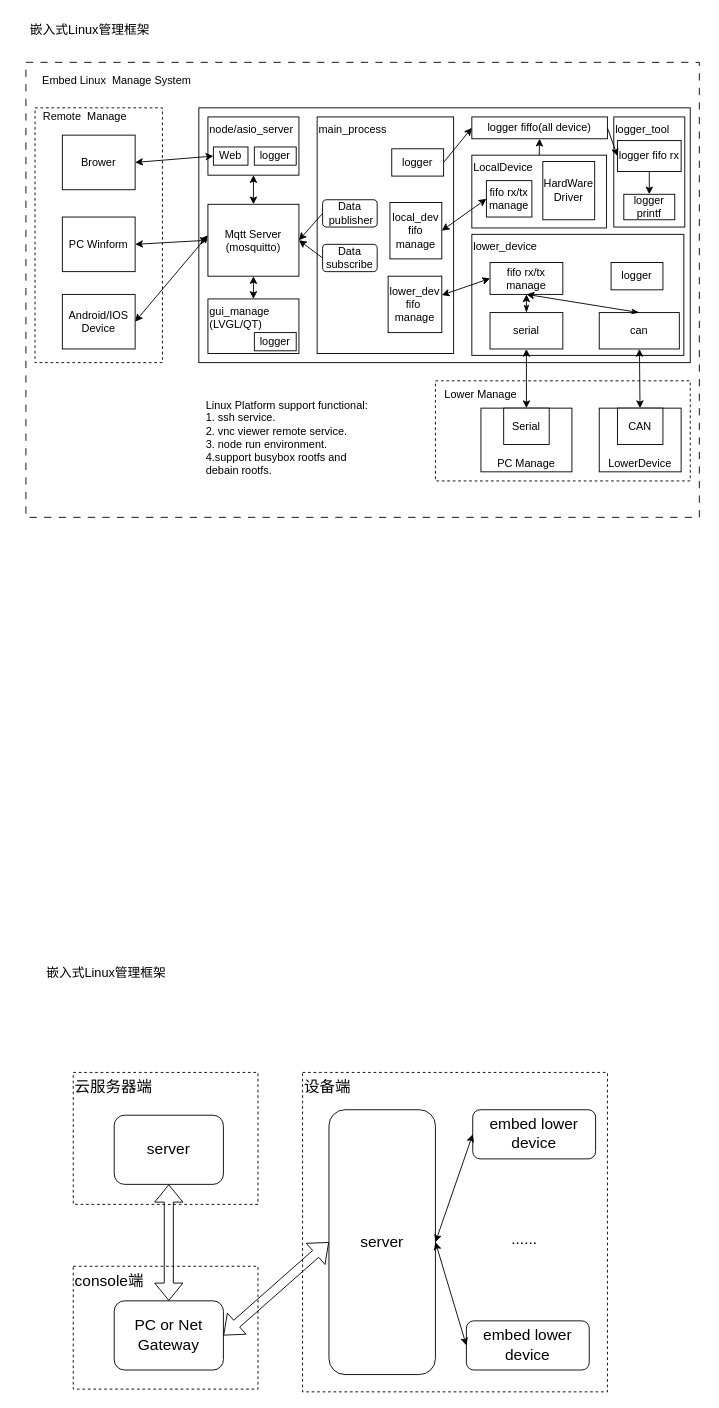
Earlier version of the draw.io diagram page "MainFrameWork" (1 of 2) of doc/mainFrame.drawio (zc110747/remote_manage). Source tidied: cells renumbered, new cells numbered last; positions are measured from the earlier drawing's top-left corner, leaving out a move shared by most shapes. Both pictures are drawn from the tidied source at 91%, with x=0, y=0 at pixel (15, 15).
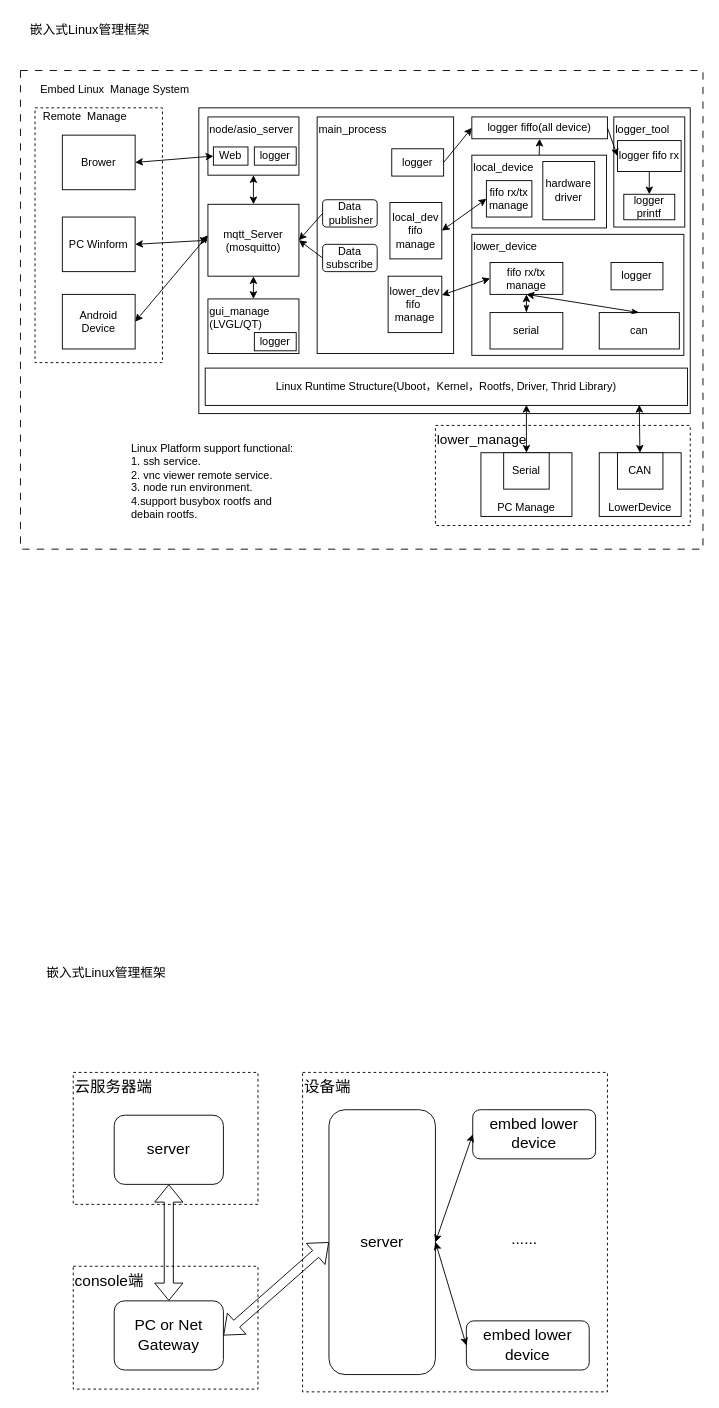
The same page after the edit.

Unchanged cells that the change refers to:
```xml
<mxCell id="28" value="serial" style="rounded=0;whiteSpace=wrap;html=1;" parent="1" vertex="1">
  <mxGeometry x="521" y="326" width="80" height="40" as="geometry" />
</mxCell>
<mxCell id="37" value="can" style="rounded=0;whiteSpace=wrap;html=1;" parent="1" vertex="1">
  <mxGeometry x="641" y="326" width="88" height="40" as="geometry" />
</mxCell>
```

Change to the diagram source:
```diff
@@
     <mxCell id="17" style="rounded=0;whiteSpace=wrap;html=1;dashed=1;dashPattern=8 8;" parent="1" vertex="1">
-      <mxGeometry x="11" y="51" width="740" height="500" as="geometry" />
+      <mxGeometry x="5" y="60" width="750" height="526" as="geometry" />
     </mxCell>
     <mxCell id="18" style="rounded=0;whiteSpace=wrap;html=1;" parent="1" vertex="1">
-      <mxGeometry x="201" y="101" width="540" height="280" as="geometry" />
+      <mxGeometry x="201" y="101" width="540" height="336" as="geometry" />
     </mxCell>
@@
-    <mxCell id="20" style="rounded=0;whiteSpace=wrap;html=1;dashed=1;" parent="1" vertex="1">
-      <mxGeometry x="461" y="401" width="280" height="110" as="geometry" />
+    <mxCell id="20" value="lower_manage" style="rounded=0;whiteSpace=wrap;html=1;dashed=1;align=left;verticalAlign=top;fontSize=15;" parent="1" vertex="1">
+      <mxGeometry x="461" y="450" width="280" height="110" as="geometry" />
     </mxCell>
@@
-    <mxCell id="23" value="LocalDevice" style="rounded=0;whiteSpace=wrap;html=1;align=left;verticalAlign=top;" parent="1" vertex="1">
+    <mxCell id="23" value="local_device" style="rounded=0;whiteSpace=wrap;html=1;align=left;verticalAlign=top;" parent="1" vertex="1">
       <mxGeometry x="501" y="153" width="148" height="80" as="geometry" />
     </mxCell>
@@
     <mxCell id="26" value="PC Manage" style="rounded=0;whiteSpace=wrap;html=1;align=center;verticalAlign=bottom;" parent="1" vertex="1">
-      <mxGeometry x="511" y="431" width="100" height="70" as="geometry" />
+      <mxGeometry x="511" y="480" width="100" height="70" as="geometry" />
     </mxCell>
     <mxCell id="27" value="Serial" style="rounded=0;whiteSpace=wrap;html=1;" parent="1" vertex="1">
-      <mxGeometry x="536" y="431" width="50" height="40" as="geometry" />
+      <mxGeometry x="536" y="480" width="50" height="40" as="geometry" />
     </mxCell>
@@
-    <mxCell id="29" style="endArrow=classic;html=1;exitX=0.5;exitY=0;exitDx=0;exitDy=0;entryX=0.5;entryY=1;entryDx=0;entryDy=0;startArrow=classic;startFill=1;" parent="1" edge="1" source="26" target="28">
-      <mxGeometry relative="1" as="geometry" />
-    </mxCell>
@@
-    <mxCell id="31" value="Mqtt Server (mosquitto)" style="rounded=0;whiteSpace=wrap;html=1;" parent="1" vertex="1">
+    <mxCell id="31" value="mqtt_Server (mosquitto)" style="rounded=0;whiteSpace=wrap;html=1;" parent="1" vertex="1">
       <mxGeometry x="211" y="207" width="100" height="79" as="geometry" />
     </mxCell>
@@
-    <mxCell id="36" value="HardWare&lt;br&gt;Driver" style="rounded=0;whiteSpace=wrap;html=1;" parent="1" vertex="1">
+    <mxCell id="36" value="hardware driver" style="rounded=0;whiteSpace=wrap;html=1;" parent="1" vertex="1">
       <mxGeometry x="579" y="160" width="57" height="64" as="geometry" />
     </mxCell>
@@
     <mxCell id="38" value="LowerDevice" style="rounded=0;whiteSpace=wrap;html=1;align=center;verticalAlign=bottom;" parent="1" vertex="1">
-      <mxGeometry x="641" y="431" width="90" height="70" as="geometry" />
+      <mxGeometry x="641" y="480" width="90" height="70" as="geometry" />
     </mxCell>
     <mxCell id="39" value="CAN" style="rounded=0;whiteSpace=wrap;html=1;" parent="1" vertex="1">
-      <mxGeometry x="661" y="431" width="50" height="40" as="geometry" />
+      <mxGeometry x="661" y="480" width="50" height="40" as="geometry" />
     </mxCell>
-    <mxCell id="40" style="edgeStyle=none;html=1;startArrow=classic;startFill=1;" parent="1" edge="1" source="37" target="39">
-      <mxGeometry relative="1" as="geometry" />
-    </mxCell>
@@
-    <mxCell id="48" value="Android/IOS Device" style="rounded=0;whiteSpace=wrap;html=1;" parent="1" vertex="1">
+    <mxCell id="48" value="Android Device" style="rounded=0;whiteSpace=wrap;html=1;" parent="1" vertex="1">
       <mxGeometry x="51" y="306" width="80" height="60" as="geometry" />
     </mxCell>
@@
-    <mxCell id="53" value="Lower Manage" style="text;html=1;strokeColor=none;fillColor=none;align=center;verticalAlign=middle;whiteSpace=wrap;rounded=0;" parent="1" vertex="1">
-      <mxGeometry x="461" y="401" width="100" height="30" as="geometry" />
-    </mxCell>
     <mxCell id="54" value="Embed Linux&amp;nbsp; Manage System" style="text;html=1;strokeColor=none;fillColor=none;align=center;verticalAlign=middle;whiteSpace=wrap;rounded=0;dashed=1;" parent="1" vertex="1">
-      <mxGeometry x="21" y="51" width="180" height="40" as="geometry" />
+      <mxGeometry x="19" y="61" width="180" height="40" as="geometry" />
     </mxCell>
     <mxCell id="55" value="Linux Platform support functional:&lt;br&gt;1. ssh service.&lt;br&gt;2. vnc viewer remote service.&lt;br&gt;3. node run environment.&lt;br&gt;4.support busybox rootfs and debain rootfs." style="text;html=1;strokeColor=none;fillColor=none;align=left;verticalAlign=top;whiteSpace=wrap;rounded=0;dashed=1;" parent="1" vertex="1">
-      <mxGeometry x="207" y="414" width="190" height="93" as="geometry" />
+      <mxGeometry x="125" y="462" width="190" height="93" as="geometry" />
     </mxCell>
@@
+    <mxCell id="40" style="edgeStyle=none;html=1;startArrow=classic;startFill=1;exitX=0.9;exitY=0.984;exitDx=0;exitDy=0;exitPerimeter=0;" parent="1" edge="1" source="73" target="39">
+      <mxGeometry relative="1" as="geometry" />
+    </mxCell>
+    <mxCell id="29" style="endArrow=classic;html=1;exitX=0.5;exitY=0;exitDx=0;exitDy=0;entryX=0.666;entryY=0.984;entryDx=0;entryDy=0;startArrow=classic;startFill=1;entryPerimeter=0;" parent="1" edge="1" source="26" target="73">
+      <mxGeometry relative="1" as="geometry" />
+    </mxCell>
+    <mxCell id="73" value="Linux Runtime Structure(Uboot，Kernel，Rootfs, Driver, Thrid Library)" style="rounded=0;whiteSpace=wrap;html=1;" parent="1" vertex="1">
+      <mxGeometry x="208" y="387" width="530" height="41" as="geometry" />
+    </mxCell>
```
